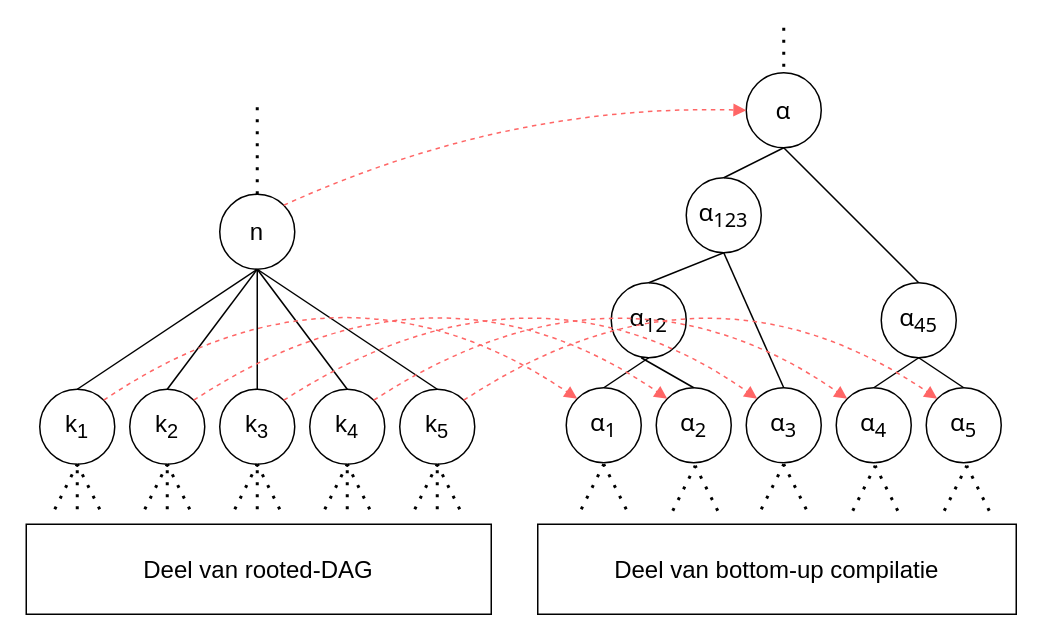
GijsVliegen/thesis keeps this draw.io diagram as figs/other_figs/bottom-up compilaite.drawio. Above is the earlier version. Source tidied: cells renumbered, new cells numbered last; positions are measured from the earlier drawing's top-left corner, leaving out a move shared by most shapes. Both pictures are drawn from the tidied source at 150%, with x=0, y=0 at pixel (26, 27).
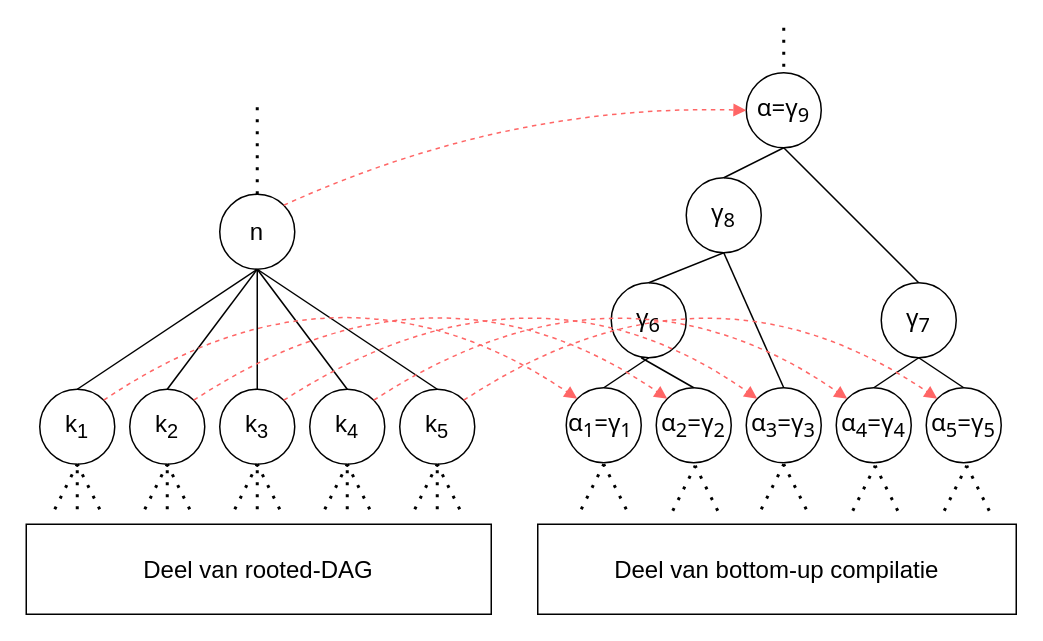
The same page after the edit.

The edit, as a diff of the source:
```diff
@@
-    <mxCell id="2" value="&lt;span style=&quot;font-family: Söhne, ui-sans-serif, system-ui, -apple-system, &amp;quot;Segoe UI&amp;quot;, Roboto, Ubuntu, Cantarell, &amp;quot;Noto Sans&amp;quot;, sans-serif, &amp;quot;Helvetica Neue&amp;quot;, Arial, &amp;quot;Apple Color Emoji&amp;quot;, &amp;quot;Segoe UI Emoji&amp;quot;, &amp;quot;Segoe UI Symbol&amp;quot;, &amp;quot;Noto Color Emoji&amp;quot;; font-size: 16px; text-align: start; white-space-collapse: preserve;&quot;&gt;α&lt;sub&gt;1&lt;/sub&gt;&lt;/span&gt;" style="ellipse;whiteSpace=wrap;html=1;" parent="1" vertex="1">
+    <mxCell id="2" value="&lt;span style=&quot;font-family: Söhne, ui-sans-serif, system-ui, -apple-system, &amp;quot;Segoe UI&amp;quot;, Roboto, Ubuntu, Cantarell, &amp;quot;Noto Sans&amp;quot;, sans-serif, &amp;quot;Helvetica Neue&amp;quot;, Arial, &amp;quot;Apple Color Emoji&amp;quot;, &amp;quot;Segoe UI Emoji&amp;quot;, &amp;quot;Segoe UI Symbol&amp;quot;, &amp;quot;Noto Color Emoji&amp;quot;; font-size: 16px; text-align: start; white-space-collapse: preserve;&quot;&gt;α&lt;sub&gt;1&lt;/sub&gt;=&lt;/span&gt;&lt;span style=&quot;font-family: Söhne, ui-sans-serif, system-ui, -apple-system, &amp;quot;Segoe UI&amp;quot;, Roboto, Ubuntu, Cantarell, &amp;quot;Noto Sans&amp;quot;, sans-serif, &amp;quot;Helvetica Neue&amp;quot;, Arial, &amp;quot;Apple Color Emoji&amp;quot;, &amp;quot;Segoe UI Emoji&amp;quot;, &amp;quot;Segoe UI Symbol&amp;quot;, &amp;quot;Noto Color Emoji&amp;quot;; font-size: 16px; text-align: start; white-space-collapse: preserve;&quot;&gt;γ&lt;sub&gt;1&lt;/sub&gt;&lt;font color=&quot;#ffffff&quot;&gt; &lt;/font&gt;&lt;/span&gt;" style="ellipse;whiteSpace=wrap;html=1;" parent="1" vertex="1">
       <mxGeometry x="360" y="240" width="50" height="50" as="geometry" />
     </mxCell>
@@
-    <mxCell id="11" value="&lt;span style=&quot;font-family: Söhne, ui-sans-serif, system-ui, -apple-system, &amp;quot;Segoe UI&amp;quot;, Roboto, Ubuntu, Cantarell, &amp;quot;Noto Sans&amp;quot;, sans-serif, &amp;quot;Helvetica Neue&amp;quot;, Arial, &amp;quot;Apple Color Emoji&amp;quot;, &amp;quot;Segoe UI Emoji&amp;quot;, &amp;quot;Segoe UI Symbol&amp;quot;, &amp;quot;Noto Color Emoji&amp;quot;; font-size: 16px; text-align: start; white-space-collapse: preserve;&quot;&gt;α&lt;sub&gt;2&lt;/sub&gt;&lt;/span&gt;" style="ellipse;whiteSpace=wrap;html=1;" parent="1" vertex="1">
+    <mxCell id="11" value="&lt;span style=&quot;font-family: Söhne, ui-sans-serif, system-ui, -apple-system, &amp;quot;Segoe UI&amp;quot;, Roboto, Ubuntu, Cantarell, &amp;quot;Noto Sans&amp;quot;, sans-serif, &amp;quot;Helvetica Neue&amp;quot;, Arial, &amp;quot;Apple Color Emoji&amp;quot;, &amp;quot;Segoe UI Emoji&amp;quot;, &amp;quot;Segoe UI Symbol&amp;quot;, &amp;quot;Noto Color Emoji&amp;quot;; font-size: 16px; text-align: start; white-space-collapse: preserve;&quot;&gt;α&lt;sub&gt;2&lt;/sub&gt;=&lt;/span&gt;&lt;span style=&quot;font-family: Söhne, ui-sans-serif, system-ui, -apple-system, &amp;quot;Segoe UI&amp;quot;, Roboto, Ubuntu, Cantarell, &amp;quot;Noto Sans&amp;quot;, sans-serif, &amp;quot;Helvetica Neue&amp;quot;, Arial, &amp;quot;Apple Color Emoji&amp;quot;, &amp;quot;Segoe UI Emoji&amp;quot;, &amp;quot;Segoe UI Symbol&amp;quot;, &amp;quot;Noto Color Emoji&amp;quot;; font-size: 16px; text-align: start; white-space-collapse: preserve;&quot;&gt;γ&lt;sub&gt;2&lt;/sub&gt;&lt;/span&gt;" style="ellipse;whiteSpace=wrap;html=1;" parent="1" vertex="1">
       <mxGeometry x="420" y="240" width="50" height="50" as="geometry" />
     </mxCell>
-    <mxCell id="12" value="&lt;span style=&quot;font-family: Söhne, ui-sans-serif, system-ui, -apple-system, &amp;quot;Segoe UI&amp;quot;, Roboto, Ubuntu, Cantarell, &amp;quot;Noto Sans&amp;quot;, sans-serif, &amp;quot;Helvetica Neue&amp;quot;, Arial, &amp;quot;Apple Color Emoji&amp;quot;, &amp;quot;Segoe UI Emoji&amp;quot;, &amp;quot;Segoe UI Symbol&amp;quot;, &amp;quot;Noto Color Emoji&amp;quot;; font-size: 16px; text-align: start; white-space-collapse: preserve;&quot;&gt;α&lt;sub&gt;3&lt;/sub&gt;&lt;/span&gt;" style="ellipse;whiteSpace=wrap;html=1;" parent="1" vertex="1">
+    <mxCell id="12" value="&lt;span style=&quot;font-family: Söhne, ui-sans-serif, system-ui, -apple-system, &amp;quot;Segoe UI&amp;quot;, Roboto, Ubuntu, Cantarell, &amp;quot;Noto Sans&amp;quot;, sans-serif, &amp;quot;Helvetica Neue&amp;quot;, Arial, &amp;quot;Apple Color Emoji&amp;quot;, &amp;quot;Segoe UI Emoji&amp;quot;, &amp;quot;Segoe UI Symbol&amp;quot;, &amp;quot;Noto Color Emoji&amp;quot;; font-size: 16px; text-align: start; white-space-collapse: preserve;&quot;&gt;α&lt;sub&gt;3&lt;/sub&gt;=&lt;/span&gt;&lt;span style=&quot;font-family: Söhne, ui-sans-serif, system-ui, -apple-system, &amp;quot;Segoe UI&amp;quot;, Roboto, Ubuntu, Cantarell, &amp;quot;Noto Sans&amp;quot;, sans-serif, &amp;quot;Helvetica Neue&amp;quot;, Arial, &amp;quot;Apple Color Emoji&amp;quot;, &amp;quot;Segoe UI Emoji&amp;quot;, &amp;quot;Segoe UI Symbol&amp;quot;, &amp;quot;Noto Color Emoji&amp;quot;; font-size: 16px; text-align: start; white-space-collapse: preserve;&quot;&gt;γ&lt;sub&gt;3&lt;/sub&gt;&lt;/span&gt;" style="ellipse;whiteSpace=wrap;html=1;" parent="1" vertex="1">
       <mxGeometry x="480" y="240" width="50" height="50" as="geometry" />
     </mxCell>
-    <mxCell id="13" value="&lt;span style=&quot;font-family: Söhne, ui-sans-serif, system-ui, -apple-system, &amp;quot;Segoe UI&amp;quot;, Roboto, Ubuntu, Cantarell, &amp;quot;Noto Sans&amp;quot;, sans-serif, &amp;quot;Helvetica Neue&amp;quot;, Arial, &amp;quot;Apple Color Emoji&amp;quot;, &amp;quot;Segoe UI Emoji&amp;quot;, &amp;quot;Segoe UI Symbol&amp;quot;, &amp;quot;Noto Color Emoji&amp;quot;; font-size: 16px; text-align: start; white-space-collapse: preserve;&quot;&gt;α&lt;sub&gt;4&lt;/sub&gt;&lt;/span&gt;" style="ellipse;whiteSpace=wrap;html=1;" parent="1" vertex="1">
+    <mxCell id="13" value="&lt;span style=&quot;font-family: Söhne, ui-sans-serif, system-ui, -apple-system, &amp;quot;Segoe UI&amp;quot;, Roboto, Ubuntu, Cantarell, &amp;quot;Noto Sans&amp;quot;, sans-serif, &amp;quot;Helvetica Neue&amp;quot;, Arial, &amp;quot;Apple Color Emoji&amp;quot;, &amp;quot;Segoe UI Emoji&amp;quot;, &amp;quot;Segoe UI Symbol&amp;quot;, &amp;quot;Noto Color Emoji&amp;quot;; font-size: 16px; text-align: start; white-space-collapse: preserve;&quot;&gt;α&lt;sub&gt;4&lt;/sub&gt;=&lt;/span&gt;&lt;span style=&quot;font-family: Söhne, ui-sans-serif, system-ui, -apple-system, &amp;quot;Segoe UI&amp;quot;, Roboto, Ubuntu, Cantarell, &amp;quot;Noto Sans&amp;quot;, sans-serif, &amp;quot;Helvetica Neue&amp;quot;, Arial, &amp;quot;Apple Color Emoji&amp;quot;, &amp;quot;Segoe UI Emoji&amp;quot;, &amp;quot;Segoe UI Symbol&amp;quot;, &amp;quot;Noto Color Emoji&amp;quot;; font-size: 16px; text-align: start; white-space-collapse: preserve;&quot;&gt;γ&lt;sub&gt;4&lt;/sub&gt;&lt;/span&gt;" style="ellipse;whiteSpace=wrap;html=1;" parent="1" vertex="1">
       <mxGeometry x="540" y="240" width="50" height="50" as="geometry" />
     </mxCell>
-    <mxCell id="14" value="&lt;span style=&quot;font-family: Söhne, ui-sans-serif, system-ui, -apple-system, &amp;quot;Segoe UI&amp;quot;, Roboto, Ubuntu, Cantarell, &amp;quot;Noto Sans&amp;quot;, sans-serif, &amp;quot;Helvetica Neue&amp;quot;, Arial, &amp;quot;Apple Color Emoji&amp;quot;, &amp;quot;Segoe UI Emoji&amp;quot;, &amp;quot;Segoe UI Symbol&amp;quot;, &amp;quot;Noto Color Emoji&amp;quot;; font-size: 16px; text-align: start; white-space-collapse: preserve;&quot;&gt;α&lt;sub&gt;5&lt;/sub&gt;&lt;/span&gt;" style="ellipse;whiteSpace=wrap;html=1;" parent="1" vertex="1">
+    <mxCell id="14" value="&lt;span style=&quot;font-family: Söhne, ui-sans-serif, system-ui, -apple-system, &amp;quot;Segoe UI&amp;quot;, Roboto, Ubuntu, Cantarell, &amp;quot;Noto Sans&amp;quot;, sans-serif, &amp;quot;Helvetica Neue&amp;quot;, Arial, &amp;quot;Apple Color Emoji&amp;quot;, &amp;quot;Segoe UI Emoji&amp;quot;, &amp;quot;Segoe UI Symbol&amp;quot;, &amp;quot;Noto Color Emoji&amp;quot;; font-size: 16px; text-align: start; white-space-collapse: preserve;&quot;&gt;α&lt;sub&gt;5&lt;/sub&gt;=&lt;/span&gt;&lt;span style=&quot;font-family: Söhne, ui-sans-serif, system-ui, -apple-system, &amp;quot;Segoe UI&amp;quot;, Roboto, Ubuntu, Cantarell, &amp;quot;Noto Sans&amp;quot;, sans-serif, &amp;quot;Helvetica Neue&amp;quot;, Arial, &amp;quot;Apple Color Emoji&amp;quot;, &amp;quot;Segoe UI Emoji&amp;quot;, &amp;quot;Segoe UI Symbol&amp;quot;, &amp;quot;Noto Color Emoji&amp;quot;; font-size: 16px; text-align: start; white-space-collapse: preserve;&quot;&gt;γ&lt;sub&gt;5&lt;/sub&gt;&lt;/span&gt;" style="ellipse;whiteSpace=wrap;html=1;" parent="1" vertex="1">
       <mxGeometry x="600" y="240" width="50" height="50" as="geometry" />
     </mxCell>
-    <mxCell id="15" value="&lt;span style=&quot;font-family: Söhne, ui-sans-serif, system-ui, -apple-system, &amp;quot;Segoe UI&amp;quot;, Roboto, Ubuntu, Cantarell, &amp;quot;Noto Sans&amp;quot;, sans-serif, &amp;quot;Helvetica Neue&amp;quot;, Arial, &amp;quot;Apple Color Emoji&amp;quot;, &amp;quot;Segoe UI Emoji&amp;quot;, &amp;quot;Segoe UI Symbol&amp;quot;, &amp;quot;Noto Color Emoji&amp;quot;; font-size: 16px; text-align: start; white-space-collapse: preserve;&quot;&gt;α&lt;sub&gt;12&lt;/sub&gt;&lt;/span&gt;" style="ellipse;whiteSpace=wrap;html=1;" parent="1" vertex="1">
+    <mxCell id="15" value="&lt;span style=&quot;font-family: Söhne, ui-sans-serif, system-ui, -apple-system, &amp;quot;Segoe UI&amp;quot;, Roboto, Ubuntu, Cantarell, &amp;quot;Noto Sans&amp;quot;, sans-serif, &amp;quot;Helvetica Neue&amp;quot;, Arial, &amp;quot;Apple Color Emoji&amp;quot;, &amp;quot;Segoe UI Emoji&amp;quot;, &amp;quot;Segoe UI Symbol&amp;quot;, &amp;quot;Noto Color Emoji&amp;quot;; text-align: start; white-space-collapse: preserve; font-size: 16px;&quot;&gt;γ&lt;/span&gt;&lt;span style=&quot;font-family: Söhne, ui-sans-serif, system-ui, -apple-system, &amp;quot;Segoe UI&amp;quot;, Roboto, Ubuntu, Cantarell, &amp;quot;Noto Sans&amp;quot;, sans-serif, &amp;quot;Helvetica Neue&amp;quot;, Arial, &amp;quot;Apple Color Emoji&amp;quot;, &amp;quot;Segoe UI Emoji&amp;quot;, &amp;quot;Segoe UI Symbol&amp;quot;, &amp;quot;Noto Color Emoji&amp;quot;; font-size: 16px; text-align: start; white-space-collapse: preserve;&quot;&gt;&lt;sub&gt;6&lt;/sub&gt;&lt;/span&gt;" style="ellipse;whiteSpace=wrap;html=1;" parent="1" vertex="1">
       <mxGeometry x="390" y="170" width="50" height="50" as="geometry" />
     </mxCell>
-    <mxCell id="16" value="&lt;span style=&quot;font-family: Söhne, ui-sans-serif, system-ui, -apple-system, &amp;quot;Segoe UI&amp;quot;, Roboto, Ubuntu, Cantarell, &amp;quot;Noto Sans&amp;quot;, sans-serif, &amp;quot;Helvetica Neue&amp;quot;, Arial, &amp;quot;Apple Color Emoji&amp;quot;, &amp;quot;Segoe UI Emoji&amp;quot;, &amp;quot;Segoe UI Symbol&amp;quot;, &amp;quot;Noto Color Emoji&amp;quot;; font-size: 16px; text-align: start; white-space-collapse: preserve;&quot;&gt;α&lt;sub&gt;45&lt;/sub&gt;&lt;/span&gt;" style="ellipse;whiteSpace=wrap;html=1;" parent="1" vertex="1">
+    <mxCell id="16" value="&lt;span style=&quot;font-family: Söhne, ui-sans-serif, system-ui, -apple-system, &amp;quot;Segoe UI&amp;quot;, Roboto, Ubuntu, Cantarell, &amp;quot;Noto Sans&amp;quot;, sans-serif, &amp;quot;Helvetica Neue&amp;quot;, Arial, &amp;quot;Apple Color Emoji&amp;quot;, &amp;quot;Segoe UI Emoji&amp;quot;, &amp;quot;Segoe UI Symbol&amp;quot;, &amp;quot;Noto Color Emoji&amp;quot;; font-size: 16px; text-align: start; white-space-collapse: preserve;&quot;&gt;γ&lt;/span&gt;&lt;span style=&quot;font-family: Söhne, ui-sans-serif, system-ui, -apple-system, &amp;quot;Segoe UI&amp;quot;, Roboto, Ubuntu, Cantarell, &amp;quot;Noto Sans&amp;quot;, sans-serif, &amp;quot;Helvetica Neue&amp;quot;, Arial, &amp;quot;Apple Color Emoji&amp;quot;, &amp;quot;Segoe UI Emoji&amp;quot;, &amp;quot;Segoe UI Symbol&amp;quot;, &amp;quot;Noto Color Emoji&amp;quot;; font-size: 16px; text-align: start; white-space-collapse: preserve;&quot;&gt;&lt;sub&gt;7&lt;/sub&gt;&lt;/span&gt;" style="ellipse;whiteSpace=wrap;html=1;" parent="1" vertex="1">
       <mxGeometry x="570" y="170" width="50" height="50" as="geometry" />
     </mxCell>
-    <mxCell id="17" value="&lt;span style=&quot;font-family: Söhne, ui-sans-serif, system-ui, -apple-system, &amp;quot;Segoe UI&amp;quot;, Roboto, Ubuntu, Cantarell, &amp;quot;Noto Sans&amp;quot;, sans-serif, &amp;quot;Helvetica Neue&amp;quot;, Arial, &amp;quot;Apple Color Emoji&amp;quot;, &amp;quot;Segoe UI Emoji&amp;quot;, &amp;quot;Segoe UI Symbol&amp;quot;, &amp;quot;Noto Color Emoji&amp;quot;; font-size: 16px; text-align: start; white-space-collapse: preserve;&quot;&gt;α&lt;sub&gt;123&lt;/sub&gt;&lt;/span&gt;" style="ellipse;whiteSpace=wrap;html=1;" parent="1" vertex="1">
+    <mxCell id="17" value="&lt;span style=&quot;font-family: Söhne, ui-sans-serif, system-ui, -apple-system, &amp;quot;Segoe UI&amp;quot;, Roboto, Ubuntu, Cantarell, &amp;quot;Noto Sans&amp;quot;, sans-serif, &amp;quot;Helvetica Neue&amp;quot;, Arial, &amp;quot;Apple Color Emoji&amp;quot;, &amp;quot;Segoe UI Emoji&amp;quot;, &amp;quot;Segoe UI Symbol&amp;quot;, &amp;quot;Noto Color Emoji&amp;quot;; text-align: start; white-space-collapse: preserve; font-size: 16px;&quot;&gt;γ&lt;/span&gt;&lt;span style=&quot;font-family: Söhne, ui-sans-serif, system-ui, -apple-system, &amp;quot;Segoe UI&amp;quot;, Roboto, Ubuntu, Cantarell, &amp;quot;Noto Sans&amp;quot;, sans-serif, &amp;quot;Helvetica Neue&amp;quot;, Arial, &amp;quot;Apple Color Emoji&amp;quot;, &amp;quot;Segoe UI Emoji&amp;quot;, &amp;quot;Segoe UI Symbol&amp;quot;, &amp;quot;Noto Color Emoji&amp;quot;; font-size: 16px; text-align: start; white-space-collapse: preserve;&quot;&gt;&lt;sub&gt;8&lt;/sub&gt;&lt;/span&gt;" style="ellipse;whiteSpace=wrap;html=1;" parent="1" vertex="1">
       <mxGeometry x="440" y="100" width="50" height="50" as="geometry" />
     </mxCell>
-    <mxCell id="18" value="&lt;span style=&quot;font-family: Söhne, ui-sans-serif, system-ui, -apple-system, &amp;quot;Segoe UI&amp;quot;, Roboto, Ubuntu, Cantarell, &amp;quot;Noto Sans&amp;quot;, sans-serif, &amp;quot;Helvetica Neue&amp;quot;, Arial, &amp;quot;Apple Color Emoji&amp;quot;, &amp;quot;Segoe UI Emoji&amp;quot;, &amp;quot;Segoe UI Symbol&amp;quot;, &amp;quot;Noto Color Emoji&amp;quot;; font-size: 16px; text-align: start; white-space-collapse: preserve;&quot;&gt;α&lt;/span&gt;" style="ellipse;whiteSpace=wrap;html=1;" parent="1" vertex="1">
+    <mxCell id="18" value="&lt;span style=&quot;font-family: Söhne, ui-sans-serif, system-ui, -apple-system, &amp;quot;Segoe UI&amp;quot;, Roboto, Ubuntu, Cantarell, &amp;quot;Noto Sans&amp;quot;, sans-serif, &amp;quot;Helvetica Neue&amp;quot;, Arial, &amp;quot;Apple Color Emoji&amp;quot;, &amp;quot;Segoe UI Emoji&amp;quot;, &amp;quot;Segoe UI Symbol&amp;quot;, &amp;quot;Noto Color Emoji&amp;quot;; font-size: 16px; text-align: start; white-space-collapse: preserve;&quot;&gt;α=&lt;/span&gt;&lt;span style=&quot;font-family: Söhne, ui-sans-serif, system-ui, -apple-system, &amp;quot;Segoe UI&amp;quot;, Roboto, Ubuntu, Cantarell, &amp;quot;Noto Sans&amp;quot;, sans-serif, &amp;quot;Helvetica Neue&amp;quot;, Arial, &amp;quot;Apple Color Emoji&amp;quot;, &amp;quot;Segoe UI Emoji&amp;quot;, &amp;quot;Segoe UI Symbol&amp;quot;, &amp;quot;Noto Color Emoji&amp;quot;; font-size: 16px; text-align: start; white-space-collapse: preserve;&quot;&gt;γ&lt;sub&gt;9&lt;/sub&gt;&lt;/span&gt;" style="ellipse;whiteSpace=wrap;html=1;" parent="1" vertex="1">
       <mxGeometry x="480" y="30" width="50" height="50" as="geometry" />
     </mxCell>
```
